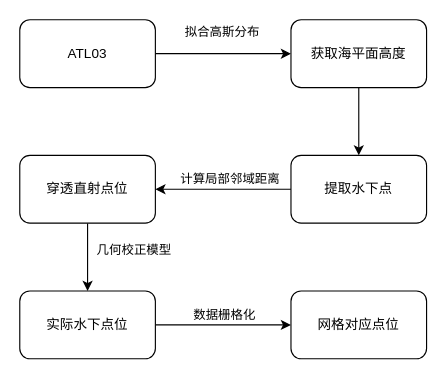
NtskwK/GraduationProject keeps this draw.io diagram as thesis/images/atl03preprocess.drawio. Above is the earlier version. Source tidied: cells renumbered, new cells numbered last; positions are measured from the earlier drawing's top-left corner, leaving out a move shared by most shapes. Both pictures are drawn from the tidied source at 113%, with x=0, y=0 at pixel (19, 19).
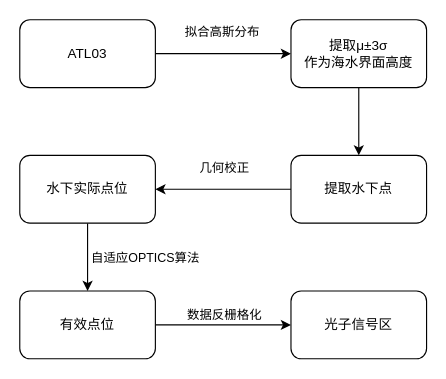
The same diagram, later.

Commit message (it also covers changes not shown here):
feat: add new drawio diagrams and images for thesis

What changed in the source:
```diff
@@
 <mxGraphModel>
   <root>
     <mxCell id="0" />
     <mxCell id="1" parent="0" />
     <mxCell id="2" style="edgeStyle=orthogonalEdgeStyle;rounded=0;jettySize=auto;html=1;" parent="1" edge="1" source="4" target="6">
       <mxGeometry relative="1" as="geometry" />
     </mxCell>
     <mxCell id="3" value="拟合高斯分布" style="edgeLabel;html=1;align=center;verticalAlign=middle;" parent="2" vertex="1">
       <mxGeometry x="-0.04" y="-4" relative="1" as="geometry">
         <mxPoint y="-24" as="offset" />
       </mxGeometry>
     </mxCell>
     <mxCell id="4" value="ATL03" style="rounded=1;whiteSpace=wrap;html=1;" parent="1" vertex="1">
       <mxGeometry width="120" height="60" as="geometry" />
     </mxCell>
     <mxCell id="5" style="edgeStyle=orthogonalEdgeStyle;rounded=0;jettySize=auto;html=1;" parent="1" edge="1" source="6" target="9">
       <mxGeometry relative="1" as="geometry" />
     </mxCell>
-    <mxCell id="6" value="获取海平面高度" style="rounded=1;whiteSpace=wrap;html=1;" parent="1" vertex="1">
+    <mxCell id="6" value="提取μ±3σ&lt;br&gt;作为海水界面高度" style="rounded=1;whiteSpace=wrap;html=1;" parent="1" vertex="1">
       <mxGeometry x="240" width="120" height="60" as="geometry" />
     </mxCell>
-    <mxCell id="7" style="edgeStyle=orthogonalEdgeStyle;rounded=0;jettySize=auto;html=1;" parent="1" edge="1" source="9" target="12">
-      <mxGeometry relative="1" as="geometry" />
+    <mxCell id="7" style="edgeStyle=orthogonalEdgeStyle;rounded=0;jettySize=auto;html=1;" parent="1" edge="1" source="9">
+      <mxGeometry relative="1" as="geometry">
+        <mxPoint x="120" y="150" as="targetPoint" />
+      </mxGeometry>
     </mxCell>
-    <mxCell id="8" value="计算局部邻域距离" style="edgeLabel;html=1;align=center;verticalAlign=middle;" parent="7" vertex="1">
+    <mxCell id="8" value="自适应OPTICS算法" style="edgeLabel;html=1;align=center;verticalAlign=middle;" parent="7" vertex="1">
       <mxGeometry x="-0.08" y="2" relative="1" as="geometry">
-        <mxPoint y="-12" as="offset" />
+        <mxPoint x="-75" y="58" as="offset" />
       </mxGeometry>
     </mxCell>
     <mxCell id="9" value="提取水下点" style="whiteSpace=wrap;html=1;rounded=1;" parent="1" vertex="1">
       <mxGeometry x="240" y="120" width="120" height="60" as="geometry" />
     </mxCell>
-    <mxCell id="10" style="edgeStyle=orthogonalEdgeStyle;rounded=0;jettySize=auto;html=1;" parent="1" edge="1" source="12" target="15">
-      <mxGeometry relative="1" as="geometry" />
-    </mxCell>
-    <mxCell id="11" value="几何校正模型" style="edgeLabel;html=1;align=center;verticalAlign=middle;" parent="10" vertex="1">
-      <mxGeometry x="-0.23" y="3" relative="1" as="geometry">
-        <mxPoint x="37" as="offset" />
-      </mxGeometry>
-    </mxCell>
-    <mxCell id="12" value="穿透直射点位" style="whiteSpace=wrap;html=1;rounded=1;" parent="1" vertex="1">
-      <mxGeometry y="120" width="120" height="60" as="geometry" />
-    </mxCell>
     <mxCell id="13" style="edgeStyle=orthogonalEdgeStyle;rounded=0;jettySize=auto;html=1;entryX=0;entryY=0.5;entryDx=0;entryDy=0;" parent="1" edge="1" source="15" target="16">
       <mxGeometry relative="1" as="geometry" />
     </mxCell>
-    <mxCell id="14" value="数据栅格化" style="edgeLabel;html=1;align=center;verticalAlign=middle;" parent="13" vertex="1">
+    <mxCell id="14" value="数据反栅格化" style="edgeLabel;html=1;align=center;verticalAlign=middle;" parent="13" vertex="1">
       <mxGeometry x="-0.28" relative="1" as="geometry">
         <mxPoint x="17" y="-10" as="offset" />
       </mxGeometry>
     </mxCell>
-    <mxCell id="15" value="实际水下点位" style="whiteSpace=wrap;html=1;rounded=1;" parent="1" vertex="1">
+    <mxCell id="15" value="有效点位" style="whiteSpace=wrap;html=1;rounded=1;" parent="1" vertex="1">
       <mxGeometry y="240" width="120" height="60" as="geometry" />
     </mxCell>
-    <mxCell id="16" value="网格对应点位" style="whiteSpace=wrap;html=1;rounded=1;" parent="1" vertex="1">
+    <mxCell id="16" value="光子信号区" style="whiteSpace=wrap;html=1;rounded=1;" parent="1" vertex="1">
       <mxGeometry x="240" y="240" width="120" height="60" as="geometry" />
     </mxCell>
+    <mxCell id="17" style="edgeStyle=orthogonalEdgeStyle;rounded=0;jettySize=auto;html=1;" parent="1" edge="1" source="18" target="15">
+      <mxGeometry relative="1" as="geometry" />
+    </mxCell>
+    <mxCell id="18" value="水下实际点位" style="whiteSpace=wrap;html=1;rounded=1;" parent="1" vertex="1">
+      <mxGeometry y="120" width="120" height="60" as="geometry" />
+    </mxCell>
+    <mxCell id="19" value="几何校正" style="edgeLabel;html=1;align=center;verticalAlign=middle;" parent="1" vertex="1">
+      <mxGeometry x="180" y="130" as="geometry" />
+    </mxCell>
   </root>
 </mxGraphModel>
```
